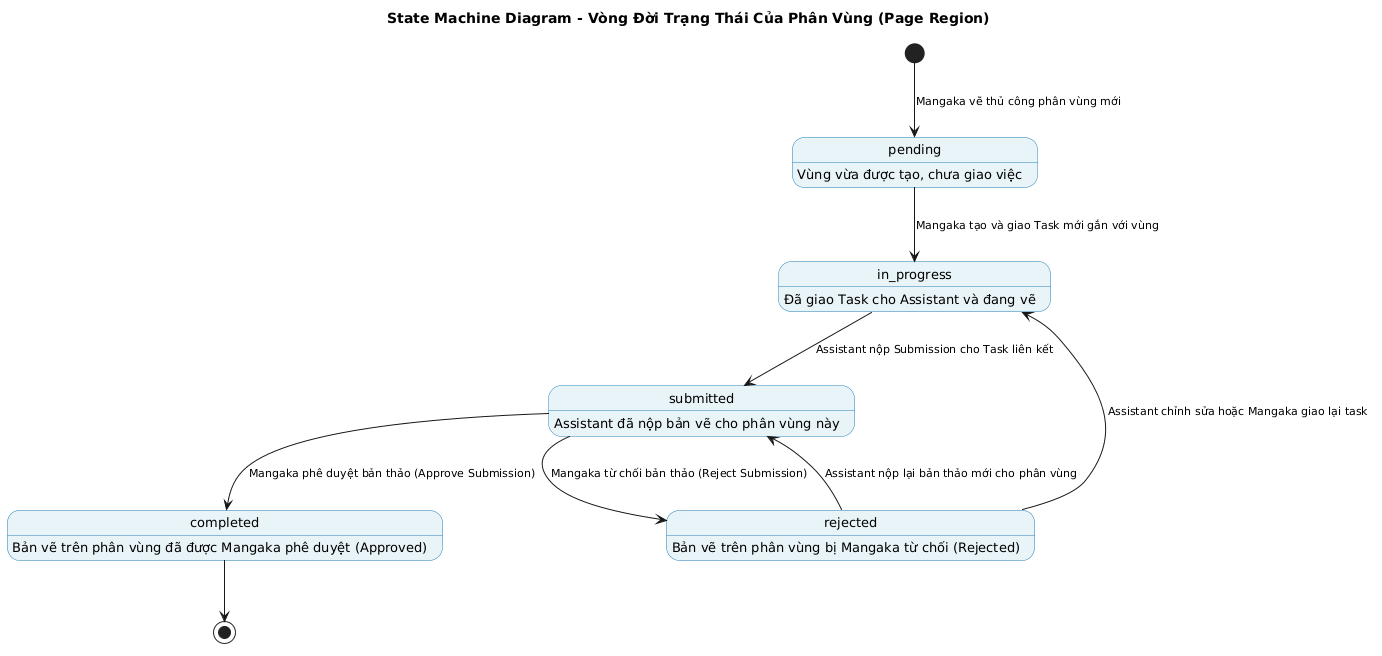
Before: assets/diagrams/Chapter3_IMAGE/State_Machine_Page_Region.png, a diagram exported from PlantUML (trongtan0079/manga-workflow-report). Source of this version:
```plantuml
@startuml
title State Machine Diagram - Vòng Đời Trạng Thái Của Phân Vùng (Page Region)

skinparam backgroundColor white
skinparam shadowing false
skinparam state {
    BackgroundColor #E8F4F8
    BorderColor #2980B9
    FontSize 13
}
skinparam ArrowFontSize 11

[*] --> pending : Mangaka vẽ thủ công phân vùng mới

pending : Vùng vừa được tạo, chưa giao việc
in_progress : Đã giao Task cho Assistant và đang vẽ
submitted : Assistant đã nộp bản vẽ cho phân vùng này
completed : Bản vẽ trên phân vùng đã được Mangaka phê duyệt (Approved)
rejected : Bản vẽ trên phân vùng bị Mangaka từ chối (Rejected)

pending --> in_progress : Mangaka tạo và giao Task mới gắn với vùng

in_progress --> submitted : Assistant nộp Submission cho Task liên kết

submitted --> completed : Mangaka phê duyệt bản thảo (Approve Submission)
submitted --> rejected : Mangaka từ chối bản thảo (Reject Submission)

rejected --> in_progress : Assistant chỉnh sửa hoặc Mangaka giao lại task
rejected --> submitted : Assistant nộp lại bản thảo mới cho phân vùng

completed --> [*]
@enduml
```
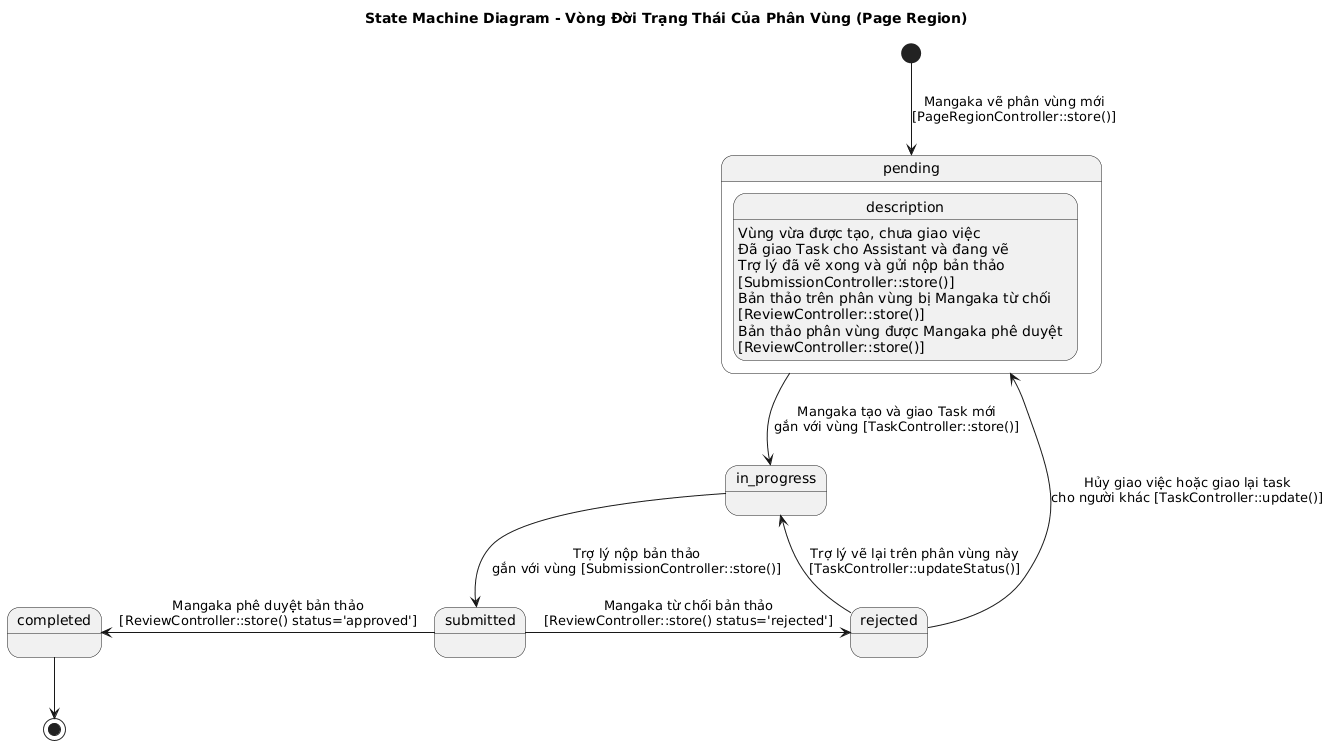
Above is the later version.

The edit, as a diff of the source:
```diff
@@ -3,30 +3,38 @@
 
 skinparam backgroundColor white
 skinparam shadowing false
-skinparam state {
-    BackgroundColor #E8F4F8
-    BorderColor #2980B9
-    FontSize 13
+
+[*] --> pending : Mangaka vẽ phân vùng mới\n[PageRegionController::store()]
+
+state pending {
+    description : Vùng vừa được tạo, chưa giao việc
 }
-skinparam ArrowFontSize 11
 
-[*] --> pending : Mangaka vẽ thủ công phân vùng mới
+state in_progress {
+    description : Đã giao Task cho Assistant và đang vẽ
+}
 
-pending : Vùng vừa được tạo, chưa giao việc
-in_progress : Đã giao Task cho Assistant và đang vẽ
-submitted : Assistant đã nộp bản vẽ cho phân vùng này
-completed : Bản vẽ trên phân vùng đã được Mangaka phê duyệt (Approved)
-rejected : Bản vẽ trên phân vùng bị Mangaka từ chối (Rejected)
+state submitted {
+    description : Trợ lý đã vẽ xong và gửi nộp bản thảo\n[SubmissionController::store()]
+}
 
-pending --> in_progress : Mangaka tạo và giao Task mới gắn với vùng
+state rejected {
+    description : Bản thảo trên phân vùng bị Mangaka từ chối\n[ReviewController::store()]
+}
 
-in_progress --> submitted : Assistant nộp Submission cho Task liên kết
+state completed {
+    description : Bản thảo phân vùng được Mangaka phê duyệt\n[ReviewController::store()]
+}
 
-submitted --> completed : Mangaka phê duyệt bản thảo (Approve Submission)
-submitted --> rejected : Mangaka từ chối bản thảo (Reject Submission)
+pending -down-> in_progress : Mangaka tạo và giao Task mới\ngắn với vùng [TaskController::store()]
 
-rejected --> in_progress : Assistant chỉnh sửa hoặc Mangaka giao lại task
-rejected --> submitted : Assistant nộp lại bản thảo mới cho phân vùng
+in_progress -down-> submitted : Trợ lý nộp bản thảo\ngắn với vùng [SubmissionController::store()]
 
-completed --> [*]
+submitted -left-> completed : Mangaka phê duyệt bản thảo\n[ReviewController::store() status='approved']
+submitted -right-> rejected : Mangaka từ chối bản thảo\n[ReviewController::store() status='rejected']
+
+rejected -up-> in_progress : Trợ lý vẽ lại trên phân vùng này\n[TaskController::updateStatus()]
+rejected -up-> pending : Hủy giao việc hoặc giao lại task\ncho người khác [TaskController::update()]
+
+completed -down-> [*]
 @enduml
```
